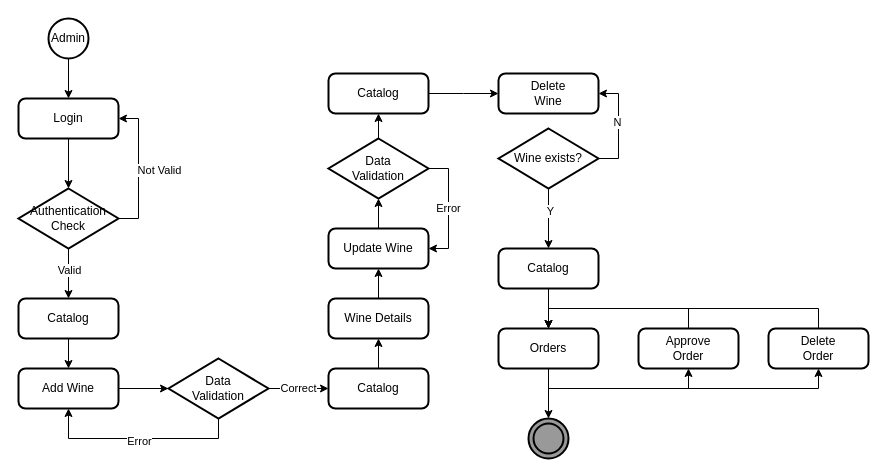
The draw.io diagram page "Gestore" (2 of 2) of Docs/Requirements Analysis/Diagrams/Activity Diagram/Winer.ActivityDiagram.drawio in Gprisco/winer-unisa, before the edit. Source tidied: cells renumbered, new cells numbered last; positions are measured from the earlier drawing's top-left corner, leaving out a move shared by most shapes. Both pictures are drawn from the tidied source at 100%, with x=0, y=0 at pixel (18, 18).
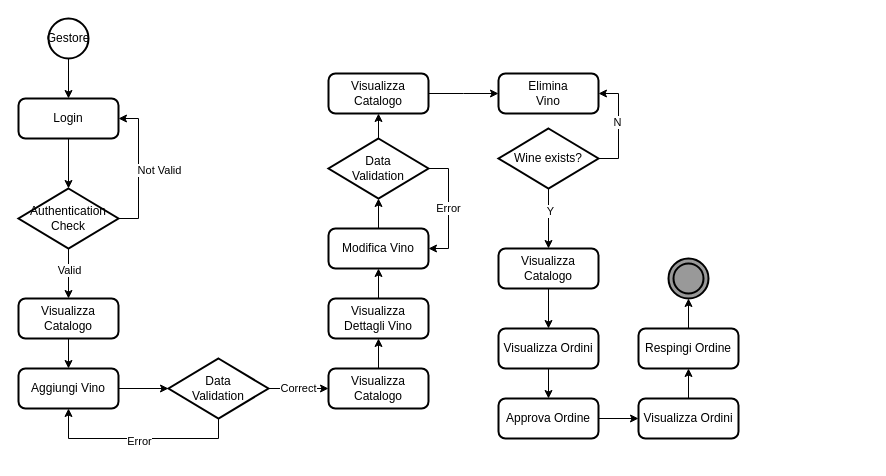
The same page after the edit.

Unchanged cells that the change refers to:
```xml
<mxCell id="42" style="strokeWidth=2;html=1;shape=mxgraph.flowchart.start_2;whiteSpace=wrap;fillColor=#999999;" parent="41" vertex="1">
  <mxGeometry width="40" height="40" as="geometry" />
</mxCell>
```

The edit, as a diff of the source:
```diff
@@
-    <mxCell id="3" value="Admin" style="strokeWidth=2;html=1;shape=mxgraph.flowchart.start_2;whiteSpace=wrap;" parent="1" vertex="1">
+    <mxCell id="3" value="Gestore" style="strokeWidth=2;html=1;shape=mxgraph.flowchart.start_2;whiteSpace=wrap;" parent="1" vertex="1">
       <mxGeometry x="30" width="40" height="40" as="geometry" />
     </mxCell>
@@
-    <mxCell id="12" value="Catalog" style="rounded=1;whiteSpace=wrap;html=1;absoluteArcSize=1;arcSize=14;strokeWidth=2;" parent="1" vertex="1">
+    <mxCell id="12" value="Visualizza Catalogo" style="rounded=1;whiteSpace=wrap;html=1;absoluteArcSize=1;arcSize=14;strokeWidth=2;" parent="1" vertex="1">
       <mxGeometry y="280" width="100" height="40" as="geometry" />
     </mxCell>
@@
-    <mxCell id="14" value="Add Wine" style="rounded=1;whiteSpace=wrap;html=1;absoluteArcSize=1;arcSize=14;strokeWidth=2;" parent="1" vertex="1">
+    <mxCell id="14" value="Aggiungi Vino" style="rounded=1;whiteSpace=wrap;html=1;absoluteArcSize=1;arcSize=14;strokeWidth=2;" parent="1" vertex="1">
       <mxGeometry y="350" width="100" height="40" as="geometry" />
     </mxCell>
@@
-    <mxCell id="20" value="Catalog" style="rounded=1;whiteSpace=wrap;html=1;absoluteArcSize=1;arcSize=14;strokeWidth=2;" parent="1" vertex="1">
+    <mxCell id="20" value="Visualizza Catalogo" style="rounded=1;whiteSpace=wrap;html=1;absoluteArcSize=1;arcSize=14;strokeWidth=2;" parent="1" vertex="1">
       <mxGeometry x="310" y="350" width="100" height="40" as="geometry" />
     </mxCell>
@@
-    <mxCell id="22" value="Wine Details" style="rounded=1;whiteSpace=wrap;html=1;absoluteArcSize=1;arcSize=14;strokeWidth=2;" parent="1" vertex="1">
+    <mxCell id="22" value="Visualizza&lt;br&gt;Dettagli Vino" style="rounded=1;whiteSpace=wrap;html=1;absoluteArcSize=1;arcSize=14;strokeWidth=2;" parent="1" vertex="1">
       <mxGeometry x="310" y="280" width="100" height="40" as="geometry" />
     </mxCell>
@@
-    <mxCell id="24" value="Update Wine" style="rounded=1;whiteSpace=wrap;html=1;absoluteArcSize=1;arcSize=14;strokeWidth=2;" parent="1" vertex="1">
+    <mxCell id="24" value="Modifica Vino" style="rounded=1;whiteSpace=wrap;html=1;absoluteArcSize=1;arcSize=14;strokeWidth=2;" parent="1" vertex="1">
       <mxGeometry x="310" y="210" width="100" height="40" as="geometry" />
     </mxCell>
@@
-    <mxCell id="29" value="Catalog" style="rounded=1;whiteSpace=wrap;html=1;absoluteArcSize=1;arcSize=14;strokeWidth=2;" parent="1" vertex="1">
+    <mxCell id="29" value="Visualizza Catalogo" style="rounded=1;whiteSpace=wrap;html=1;absoluteArcSize=1;arcSize=14;strokeWidth=2;" parent="1" vertex="1">
       <mxGeometry x="310" y="55" width="100" height="40" as="geometry" />
     </mxCell>
-    <mxCell id="30" value="Delete&lt;br&gt;Wine" style="rounded=1;whiteSpace=wrap;html=1;absoluteArcSize=1;arcSize=14;strokeWidth=2;" parent="1" vertex="1">
+    <mxCell id="30" value="Elimina&lt;br&gt;Vino" style="rounded=1;whiteSpace=wrap;html=1;absoluteArcSize=1;arcSize=14;strokeWidth=2;" parent="1" vertex="1">
       <mxGeometry x="480" y="55" width="100" height="40" as="geometry" />
     </mxCell>
-    <mxCell id="31" style="edgeStyle=orthogonalEdgeStyle;rounded=0;jettySize=auto;html=1;exitX=0.5;exitY=1;exitDx=0;exitDy=0;entryX=0.5;entryY=1;entryDx=0;entryDy=0;" parent="1" edge="1" source="34" target="36">
+    <mxCell id="31" style="edgeStyle=orthogonalEdgeStyle;rounded=0;jettySize=auto;html=1;" parent="1" edge="1" source="34" target="36">
       <mxGeometry relative="1" as="geometry" />
     </mxCell>
-    <mxCell id="32" style="edgeStyle=orthogonalEdgeStyle;rounded=0;jettySize=auto;html=1;entryX=0.5;entryY=1;entryDx=0;entryDy=0;exitX=0.5;exitY=1;exitDx=0;exitDy=0;" parent="1" edge="1" source="34" target="38">
-      <mxGeometry relative="1" as="geometry" />
-    </mxCell>
-    <mxCell id="33" style="edgeStyle=orthogonalEdgeStyle;rounded=0;jettySize=auto;html=1;entryX=0.5;entryY=0;entryDx=0;entryDy=0;entryPerimeter=0;" parent="1" edge="1" source="34" target="42">
-      <mxGeometry relative="1" as="geometry" />
-    </mxCell>
-    <mxCell id="34" value="Orders" style="rounded=1;whiteSpace=wrap;html=1;absoluteArcSize=1;arcSize=14;strokeWidth=2;" parent="1" vertex="1">
+    <mxCell id="34" value="Visualizza Ordini" style="rounded=1;whiteSpace=wrap;html=1;absoluteArcSize=1;arcSize=14;strokeWidth=2;" parent="1" vertex="1">
       <mxGeometry x="480" y="310" width="100" height="40" as="geometry" />
     </mxCell>
-    <mxCell id="35" style="edgeStyle=orthogonalEdgeStyle;rounded=0;jettySize=auto;html=1;entryX=0.5;entryY=0;entryDx=0;entryDy=0;" parent="1" edge="1" source="36" target="34">
-      <mxGeometry relative="1" as="geometry">
-        <Array as="points">
-          <mxPoint x="670" y="290" />
-          <mxPoint x="530" y="290" />
-        </Array>
-      </mxGeometry>
-    </mxCell>
+    <mxCell id="49" style="edgeStyle=orthogonalEdgeStyle;rounded=0;jettySize=auto;html=1;" parent="1" edge="1" source="36" target="52">
+      <mxGeometry relative="1" as="geometry" />
+    </mxCell>
-    <mxCell id="36" value="Approve&lt;br&gt;Order" style="rounded=1;whiteSpace=wrap;html=1;absoluteArcSize=1;arcSize=14;strokeWidth=2;" parent="1" vertex="1">
-      <mxGeometry x="620" y="310" width="100" height="40" as="geometry" />
+    <mxCell id="36" value="Approva Ordine" style="rounded=1;whiteSpace=wrap;html=1;absoluteArcSize=1;arcSize=14;strokeWidth=2;" parent="1" vertex="1">
+      <mxGeometry x="480" y="380" width="100" height="40" as="geometry" />
     </mxCell>
-    <mxCell id="37" style="edgeStyle=orthogonalEdgeStyle;rounded=0;jettySize=auto;html=1;entryX=0.5;entryY=0;entryDx=0;entryDy=0;" parent="1" edge="1" source="38" target="34">
-      <mxGeometry relative="1" as="geometry">
-        <Array as="points">
-          <mxPoint x="800" y="290" />
-          <mxPoint x="530" y="290" />
-        </Array>
-      </mxGeometry>
-    </mxCell>
+    <mxCell id="50" style="edgeStyle=orthogonalEdgeStyle;rounded=0;jettySize=auto;html=1;entryX=0.5;entryY=1;entryDx=0;entryDy=0;entryPerimeter=0;" parent="1" edge="1" source="38" target="42">
+      <mxGeometry relative="1" as="geometry" />
+    </mxCell>
-    <mxCell id="38" value="Delete&lt;br&gt;Order" style="rounded=1;whiteSpace=wrap;html=1;absoluteArcSize=1;arcSize=14;strokeWidth=2;" parent="1" vertex="1">
-      <mxGeometry x="750" y="310" width="100" height="40" as="geometry" />
+    <mxCell id="38" value="Respingi Ordine" style="rounded=1;whiteSpace=wrap;html=1;absoluteArcSize=1;arcSize=14;strokeWidth=2;" parent="1" vertex="1">
+      <mxGeometry x="620" y="310" width="100" height="40" as="geometry" />
     </mxCell>
@@
-    <mxCell id="40" value="Catalog" style="rounded=1;whiteSpace=wrap;html=1;absoluteArcSize=1;arcSize=14;strokeWidth=2;" parent="1" vertex="1">
+    <mxCell id="40" value="Visualizza Catalogo" style="rounded=1;whiteSpace=wrap;html=1;absoluteArcSize=1;arcSize=14;strokeWidth=2;" parent="1" vertex="1">
       <mxGeometry x="480" y="230" width="100" height="40" as="geometry" />
     </mxCell>
     <mxCell id="41" style="group;" parent="1" vertex="1">
-      <mxGeometry x="510" y="400" width="40" height="40" as="geometry" />
+      <mxGeometry x="650" y="240" width="40" height="40" as="geometry" />
     </mxCell>
@@
+    <mxCell id="51" style="edgeStyle=orthogonalEdgeStyle;rounded=0;jettySize=auto;html=1;" parent="1" edge="1" source="52" target="38">
+      <mxGeometry relative="1" as="geometry" />
+    </mxCell>
+    <mxCell id="52" value="Visualizza Ordini" style="rounded=1;whiteSpace=wrap;html=1;absoluteArcSize=1;arcSize=14;strokeWidth=2;" parent="1" vertex="1">
+      <mxGeometry x="620" y="380" width="100" height="40" as="geometry" />
+    </mxCell>
```
